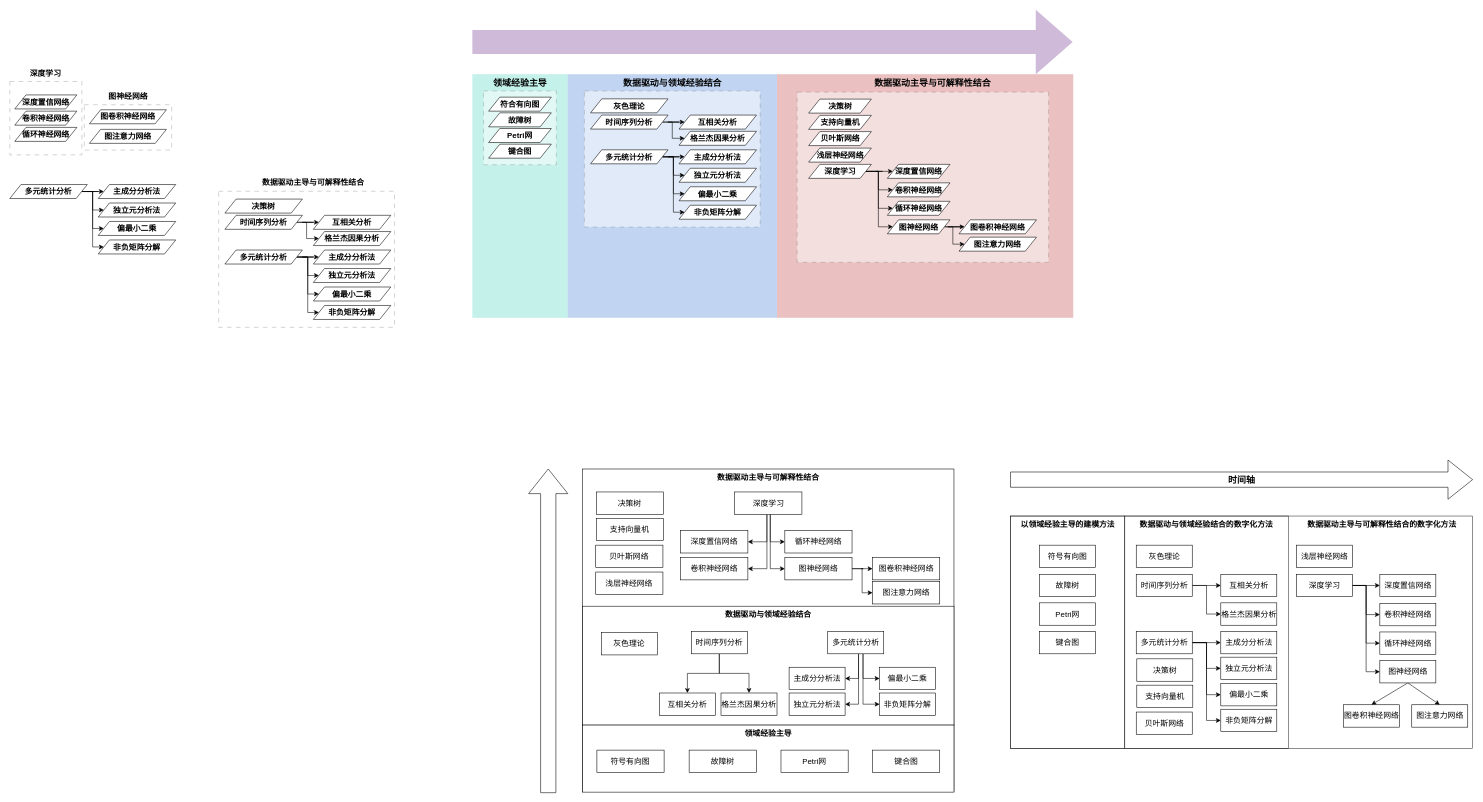
Earlier version of the draw.io diagram page "第 7 页" (7 of 8) of 故障诊断流程图.drawio (GPlaying/brain_map). Source tidied: cells renumbered, new cells numbered last; positions are measured from the earlier drawing's top-left corner, leaving out a move shared by most shapes. Both pictures are drawn from the tidied source at 56%, with x=0, y=0 at pixel (10, 10).
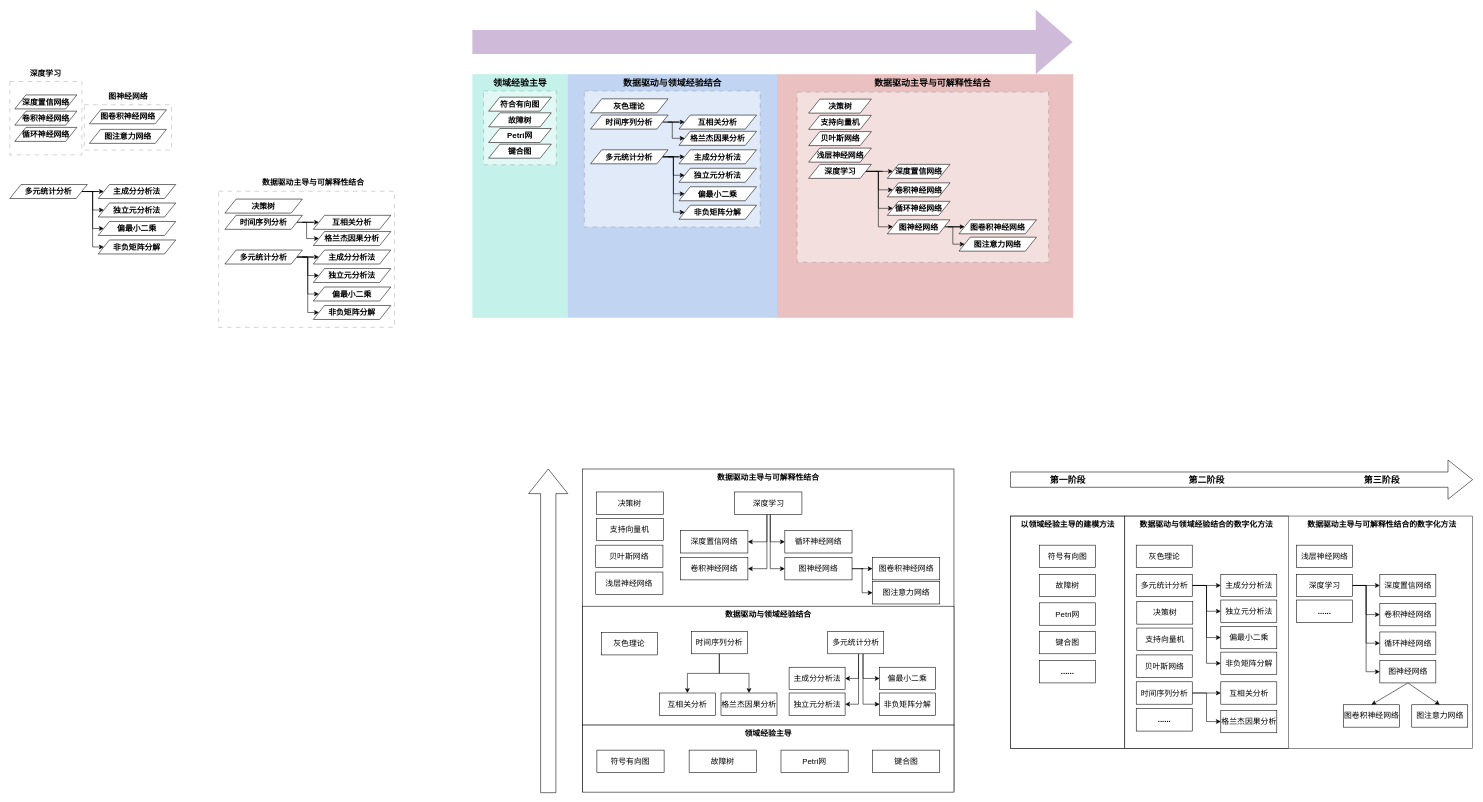
The same page after the edit.

The edit, as a diff of the source:
```diff
@@
     <mxCell id="138" value="时间序列分析" style="rounded=0;whiteSpace=wrap;html=1;fontSize=14;" parent="1" vertex="1">
-      <mxGeometry x="2011.5" y="1008" width="100" height="40" as="geometry" />
+      <mxGeometry x="2011.5" y="1200" width="100" height="40" as="geometry" />
     </mxCell>
     <mxCell id="139" value="互相关分析" style="rounded=0;whiteSpace=wrap;html=1;fontSize=14;" parent="1" vertex="1">
-      <mxGeometry x="2162.5" y="1008" width="100" height="40" as="geometry" />
+      <mxGeometry x="2162.5" y="1200" width="100" height="40" as="geometry" />
     </mxCell>
     <mxCell id="140" value="格兰杰因果分析" style="rounded=0;whiteSpace=wrap;html=1;fontSize=14;" parent="1" vertex="1">
-      <mxGeometry x="2162.5" y="1059" width="100" height="40" as="geometry" />
+      <mxGeometry x="2162.5" y="1251" width="100" height="40" as="geometry" />
     </mxCell>
@@
     <mxCell id="145" value="多元统计分析" style="rounded=0;whiteSpace=wrap;html=1;fontSize=14;" parent="1" vertex="1">
-      <mxGeometry x="2011.5" y="1110" width="100" height="40" as="geometry" />
+      <mxGeometry x="2011.5" y="1008" width="100" height="40" as="geometry" />
     </mxCell>
     <mxCell id="146" value="主成分分析法" style="rounded=0;whiteSpace=wrap;html=1;fontSize=14;" parent="1" vertex="1">
-      <mxGeometry x="2162.5" y="1110" width="100" height="40" as="geometry" />
+      <mxGeometry x="2162.5" y="1008" width="100" height="40" as="geometry" />
     </mxCell>
     <mxCell id="147" value="独立元分析法" style="rounded=0;whiteSpace=wrap;html=1;fontSize=14;" parent="1" vertex="1">
-      <mxGeometry x="2162.5" y="1156" width="100" height="40" as="geometry" />
+      <mxGeometry x="2162.5" y="1054" width="100" height="40" as="geometry" />
     </mxCell>
     <mxCell id="148" value="偏最小二乘" style="rounded=0;whiteSpace=wrap;html=1;fontSize=14;" parent="1" vertex="1">
-      <mxGeometry x="2162.5" y="1203" width="100" height="40" as="geometry" />
+      <mxGeometry x="2162.5" y="1101" width="100" height="40" as="geometry" />
     </mxCell>
     <mxCell id="149" value="非负矩阵分解" style="rounded=0;whiteSpace=wrap;html=1;fontSize=14;" parent="1" vertex="1">
-      <mxGeometry x="2162.5" y="1249" width="100" height="40" as="geometry" />
+      <mxGeometry x="2162.5" y="1147" width="100" height="40" as="geometry" />
     </mxCell>
@@
     <mxCell id="152" value="决策树" style="rounded=0;whiteSpace=wrap;html=1;fontSize=14;" parent="1" vertex="1">
-      <mxGeometry x="2012.5" y="1159" width="100" height="40" as="geometry" />
+      <mxGeometry x="2012.5" y="1057" width="100" height="40" as="geometry" />
     </mxCell>
     <mxCell id="153" value="支持向量机" style="rounded=0;whiteSpace=wrap;html=1;fontSize=14;" parent="1" vertex="1">
-      <mxGeometry x="2012.5" y="1206" width="100" height="40" as="geometry" />
+      <mxGeometry x="2012.5" y="1104" width="100" height="40" as="geometry" />
     </mxCell>
     <mxCell id="154" value="贝叶斯网络" style="rounded=0;whiteSpace=wrap;html=1;fontSize=14;" parent="1" vertex="1">
-      <mxGeometry x="2011.5" y="1254" width="100" height="40" as="geometry" />
+      <mxGeometry x="2011.5" y="1152" width="100" height="40" as="geometry" />
     </mxCell>
@@
-    <mxCell id="168" value="&lt;b&gt;时间轴&lt;/b&gt;" style="text;html=1;strokeColor=none;fillColor=none;align=center;verticalAlign=middle;whiteSpace=wrap;rounded=0;fontSize=16;" parent="1" vertex="1">
-      <mxGeometry x="2169.6" y="824" width="60" height="30" as="geometry" />
+    <mxCell id="168" value="&lt;b&gt;第一阶段&lt;/b&gt;" style="text;html=1;strokeColor=none;fillColor=none;align=center;verticalAlign=middle;whiteSpace=wrap;rounded=0;fontSize=16;" parent="1" vertex="1">
+      <mxGeometry x="1855.5" y="824" width="67" height="30" as="geometry" />
     </mxCell>
@@
+    <mxCell id="170" value="&lt;b&gt;......&lt;/b&gt;" style="rounded=0;whiteSpace=wrap;html=1;fontSize=14;" parent="1" vertex="1">
+      <mxGeometry x="1839" y="1162" width="100" height="40" as="geometry" />
+    </mxCell>
+    <mxCell id="171" value="&lt;b&gt;......&lt;/b&gt;" style="rounded=0;whiteSpace=wrap;html=1;fontSize=14;" parent="1" vertex="1">
+      <mxGeometry x="2011.5" y="1248" width="100" height="40" as="geometry" />
+    </mxCell>
+    <mxCell id="172" value="&lt;b&gt;第二阶段&lt;/b&gt;" style="text;html=1;strokeColor=none;fillColor=none;align=center;verticalAlign=middle;whiteSpace=wrap;rounded=0;fontSize=16;" parent="1" vertex="1">
+      <mxGeometry x="2103.5" y="824" width="67" height="30" as="geometry" />
+    </mxCell>
+    <mxCell id="173" value="&lt;b&gt;第三阶段&lt;/b&gt;" style="text;html=1;strokeColor=none;fillColor=none;align=center;verticalAlign=middle;whiteSpace=wrap;rounded=0;fontSize=16;" parent="1" vertex="1">
+      <mxGeometry x="2417" y="824" width="67" height="30" as="geometry" />
+    </mxCell>
+    <mxCell id="174" value="&lt;b&gt;......&lt;/b&gt;" style="rounded=0;whiteSpace=wrap;html=1;fontSize=14;" parent="1" vertex="1">
+      <mxGeometry x="2297.5" y="1054" width="100" height="40" as="geometry" />
+    </mxCell>
```
